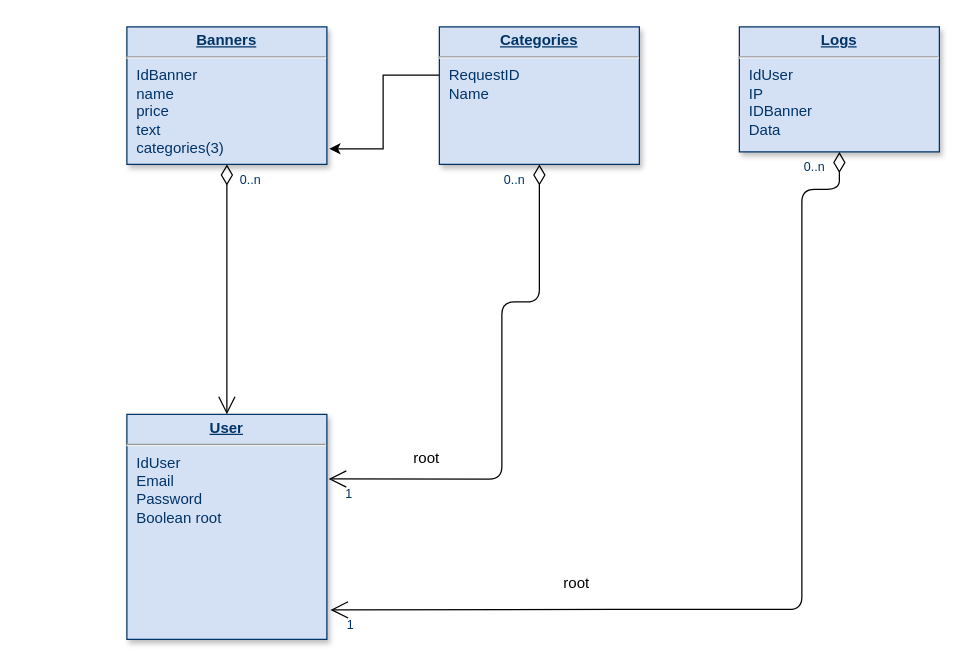
Before: Project_view.drawio in DragonFlameStrike/Web-aplication-front-docker-nginx-, a draw.io diagram. Source tidied: cells renumbered, new cells numbered last; positions are measured from the earlier drawing's top-left corner, leaving out a move shared by most shapes. Both pictures are drawn from the tidied source at 125%, with x=0, y=0 at pixel (126, 26).
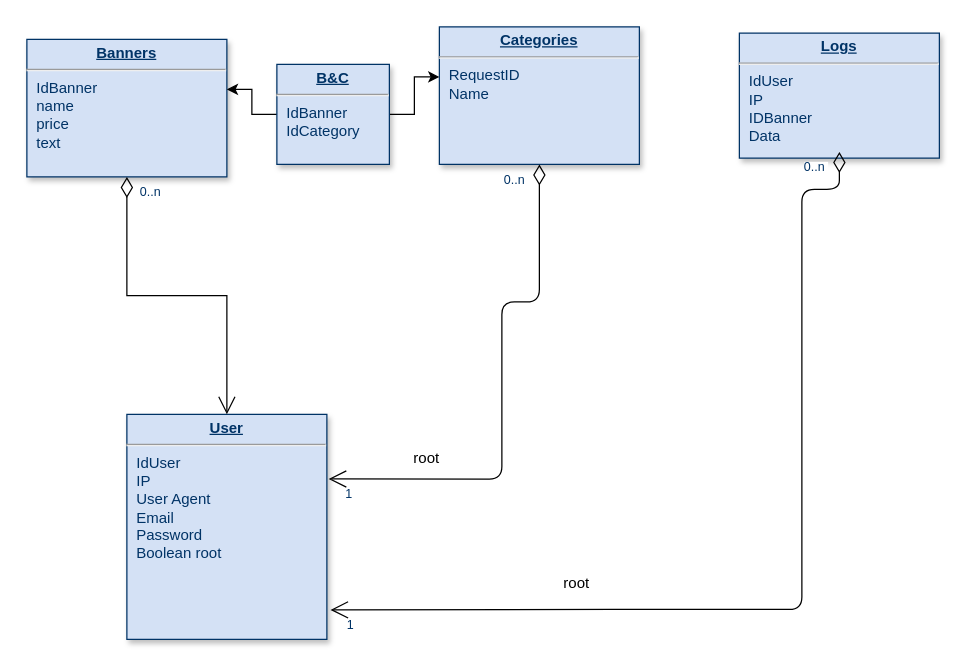
Above is the later version.

The change refers to these unchanged cells:
```xml
<mxCell id="5" value="&lt;p style=&quot;margin: 0px; margin-top: 4px; text-align: center; text-decoration: underline;&quot;&gt;&lt;strong&gt;Categories&lt;/strong&gt;&lt;/p&gt;&lt;hr&gt;&lt;p style=&quot;margin: 0px; margin-left: 8px;&quot;&gt;RequestID&lt;/p&gt;&lt;p style=&quot;margin: 0px; margin-left: 8px;&quot;&gt;Name&lt;/p&gt;&lt;p style=&quot;margin: 0px; margin-left: 8px;&quot;&gt;&lt;br&gt;&lt;/p&gt;" style="verticalAlign=top;align=left;overflow=fill;fontSize=12;fontFamily=Helvetica;html=1;strokeColor=#003366;shadow=1;fillColor=#D4E1F5;fontColor=#003366;" parent="1" vertex="1">
  <mxGeometry x="250" width="160" height="110" as="geometry" />
</mxCell>
```

Diff of the diagram source:
```diff
@@
-    <mxCell id="2" value="&lt;p style=&quot;margin: 0px; margin-top: 4px; text-align: center; text-decoration: underline;&quot;&gt;&lt;strong&gt;User&lt;/strong&gt;&lt;/p&gt;&lt;hr&gt;&lt;p style=&quot;margin: 0px; margin-left: 8px;&quot;&gt;IdUser&lt;/p&gt;&lt;p style=&quot;margin: 0px; margin-left: 8px;&quot;&gt;Email&lt;/p&gt;&lt;p style=&quot;margin: 0px; margin-left: 8px;&quot;&gt;Password&lt;/p&gt;&lt;p style=&quot;margin: 0px; margin-left: 8px;&quot;&gt;Boolean root&lt;/p&gt;" style="verticalAlign=top;align=left;overflow=fill;fontSize=12;fontFamily=Helvetica;html=1;strokeColor=#003366;shadow=1;fillColor=#D4E1F5;fontColor=#003366;" parent="1" vertex="1">
+    <mxCell id="2" value="&lt;p style=&quot;margin: 0px; margin-top: 4px; text-align: center; text-decoration: underline;&quot;&gt;&lt;strong&gt;User&lt;/strong&gt;&lt;/p&gt;&lt;hr&gt;&lt;p style=&quot;margin: 0px; margin-left: 8px;&quot;&gt;IdUser&lt;/p&gt;&lt;p style=&quot;margin: 0px; margin-left: 8px;&quot;&gt;IP&amp;nbsp;&lt;/p&gt;&lt;p style=&quot;margin: 0px; margin-left: 8px;&quot;&gt;User Agent&lt;/p&gt;&lt;p style=&quot;margin: 0px; margin-left: 8px;&quot;&gt;Email&lt;/p&gt;&lt;p style=&quot;margin: 0px; margin-left: 8px;&quot;&gt;Password&lt;/p&gt;&lt;p style=&quot;margin: 0px; margin-left: 8px;&quot;&gt;Boolean root&lt;/p&gt;" style="verticalAlign=top;align=left;overflow=fill;fontSize=12;fontFamily=Helvetica;html=1;strokeColor=#003366;shadow=1;fillColor=#D4E1F5;fontColor=#003366;" parent="1" vertex="1">
       <mxGeometry y="310" width="160" height="180" as="geometry" />
     </mxCell>
-    <mxCell id="3" value="&lt;p style=&quot;margin: 0px; margin-top: 4px; text-align: center; text-decoration: underline;&quot;&gt;&lt;strong&gt;Banners&lt;/strong&gt;&lt;/p&gt;&lt;hr&gt;&lt;p style=&quot;margin: 0px; margin-left: 8px;&quot;&gt;IdBanner&lt;/p&gt;&lt;p style=&quot;margin: 0px; margin-left: 8px;&quot;&gt;name&lt;/p&gt;&lt;p style=&quot;margin: 0px; margin-left: 8px;&quot;&gt;price&lt;/p&gt;&lt;p style=&quot;margin: 0px; margin-left: 8px;&quot;&gt;text&lt;/p&gt;&lt;p style=&quot;margin: 0px; margin-left: 8px;&quot;&gt;categories(3)&lt;/p&gt;" style="verticalAlign=top;align=left;overflow=fill;fontSize=12;fontFamily=Helvetica;html=1;strokeColor=#003366;shadow=1;fillColor=#D4E1F5;fontColor=#003366;" parent="1" vertex="1">
-      <mxGeometry width="160" height="110" as="geometry" />
+    <mxCell id="3" value="&lt;p style=&quot;margin: 0px; margin-top: 4px; text-align: center; text-decoration: underline;&quot;&gt;&lt;strong&gt;Banners&lt;/strong&gt;&lt;/p&gt;&lt;hr&gt;&lt;p style=&quot;margin: 0px; margin-left: 8px;&quot;&gt;IdBanner&lt;/p&gt;&lt;p style=&quot;margin: 0px; margin-left: 8px;&quot;&gt;name&lt;/p&gt;&lt;p style=&quot;margin: 0px; margin-left: 8px;&quot;&gt;price&lt;/p&gt;&lt;p style=&quot;margin: 0px; margin-left: 8px;&quot;&gt;text&lt;/p&gt;" style="verticalAlign=top;align=left;overflow=fill;fontSize=12;fontFamily=Helvetica;html=1;strokeColor=#003366;shadow=1;fillColor=#D4E1F5;fontColor=#003366;" parent="1" vertex="1">
+      <mxGeometry x="-80" y="10" width="160" height="110" as="geometry" />
     </mxCell>
-    <mxCell id="4" style="edgeStyle=orthogonalEdgeStyle;rounded=0;jettySize=auto;html=0;entryX=1.012;entryY=0.887;entryDx=0;entryDy=0;entryPerimeter=0;exitX=0.001;exitY=0.35;exitDx=0;exitDy=0;exitPerimeter=0;" parent="1" edge="1" source="5" target="3">
-      <mxGeometry relative="1" as="geometry" />
-    </mxCell>
@@
     <mxCell id="12" value="&lt;p style=&quot;margin: 0px; margin-top: 4px; text-align: center; text-decoration: underline;&quot;&gt;&lt;strong&gt;Logs&lt;/strong&gt;&lt;/p&gt;&lt;hr&gt;&lt;p style=&quot;margin: 0px; margin-left: 8px;&quot;&gt;IdUser&lt;/p&gt;&lt;p style=&quot;margin: 0px; margin-left: 8px;&quot;&gt;IP&lt;/p&gt;&lt;p style=&quot;margin: 0px; margin-left: 8px;&quot;&gt;IDBanner&lt;/p&gt;&lt;p style=&quot;margin: 0px; margin-left: 8px;&quot;&gt;Data&lt;/p&gt;" style="verticalAlign=top;align=left;overflow=fill;fontSize=12;fontFamily=Helvetica;html=1;strokeColor=#003366;shadow=1;fillColor=#D4E1F5;fontColor=#003366;" parent="1" vertex="1">
-      <mxGeometry x="490" width="160" height="100" as="geometry" />
+      <mxGeometry x="490" y="5" width="160" height="100" as="geometry" />
     </mxCell>
@@
+    <mxCell id="17" style="edgeStyle=orthogonalEdgeStyle;rounded=0;jettySize=auto;html=0;" parent="1" edge="1" source="19" target="5">
+      <mxGeometry relative="1" as="geometry">
+        <Array as="points">
+          <mxPoint x="230" y="70" />
+          <mxPoint x="230" y="40" />
+        </Array>
+      </mxGeometry>
+    </mxCell>
+    <mxCell id="18" style="edgeStyle=orthogonalEdgeStyle;rounded=0;jettySize=auto;html=0;" parent="1" edge="1" source="19" target="3">
+      <mxGeometry relative="1" as="geometry">
+        <Array as="points">
+          <mxPoint x="100" y="70" />
+          <mxPoint x="100" y="50" />
+        </Array>
+      </mxGeometry>
+    </mxCell>
+    <mxCell id="19" value="&lt;p style=&quot;margin: 0px; margin-top: 4px; text-align: center; text-decoration: underline;&quot;&gt;&lt;b&gt;B&amp;amp;C&lt;/b&gt;&lt;/p&gt;&lt;hr&gt;&lt;p style=&quot;margin: 0px; margin-left: 8px;&quot;&gt;IdBanner&lt;/p&gt;&lt;p style=&quot;margin: 0px; margin-left: 8px;&quot;&gt;IdCategory&lt;/p&gt;" style="verticalAlign=top;align=left;overflow=fill;fontSize=12;fontFamily=Helvetica;html=1;strokeColor=#003366;shadow=1;fillColor=#D4E1F5;fontColor=#003366;" parent="1" vertex="1">
+      <mxGeometry x="120" y="30" width="90" height="80" as="geometry" />
+    </mxCell>
```
